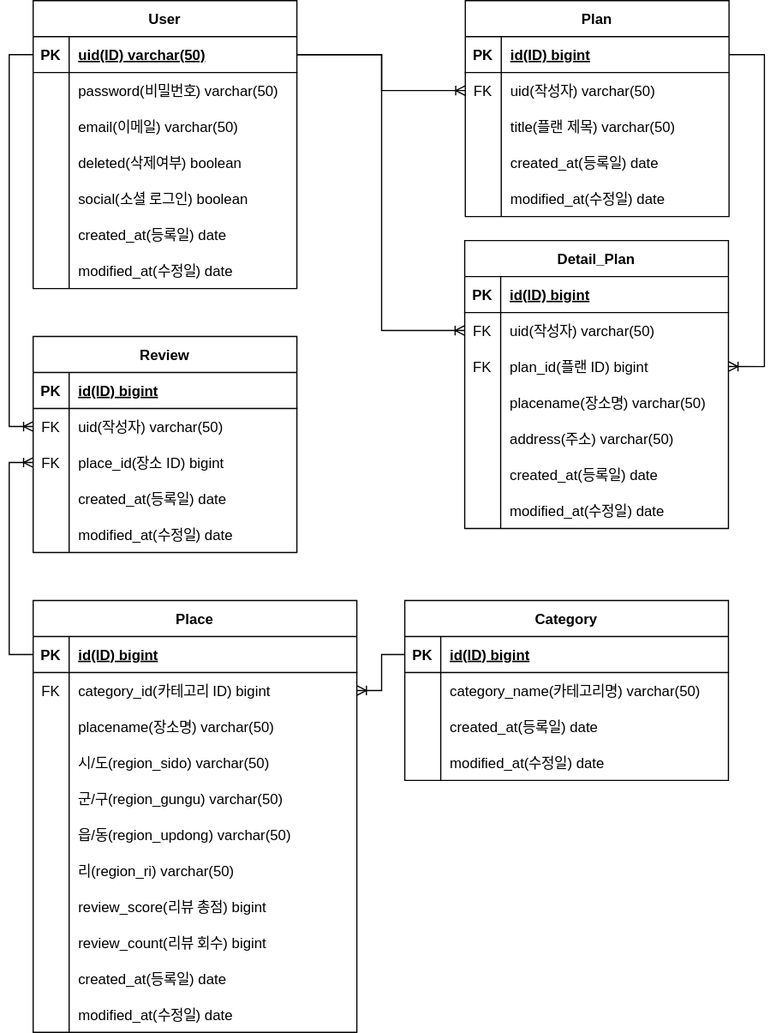
This is document/ERD.drawio.svg from mrcocoball/cocoball-store, a draw.io export, as it was before one commit. Source tidied: cells renumbered, new cells last; positions are measured from the earlier drawing's top-left corner, leaving out a move shared by most shapes.
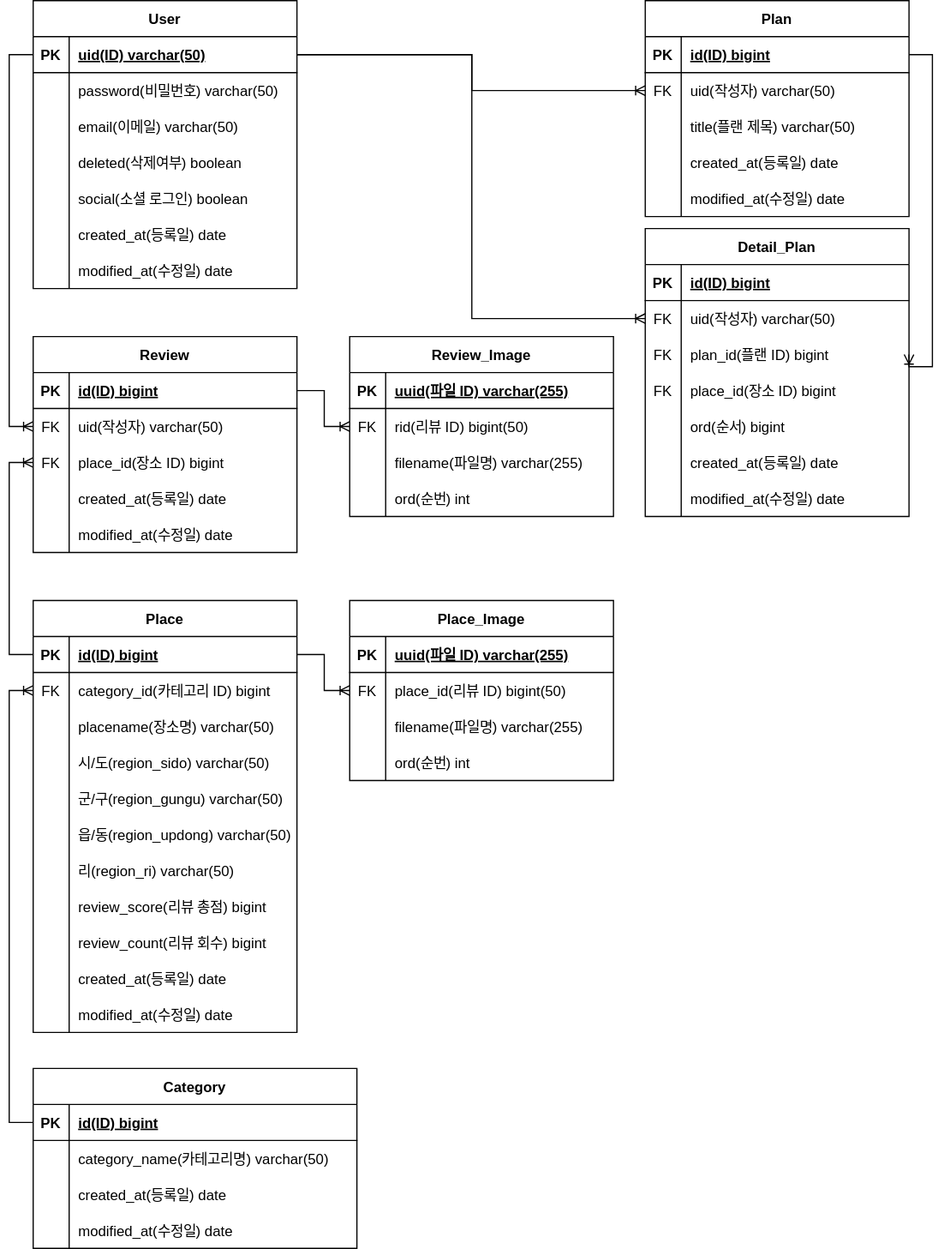
The same file after the commit.

The edit, as a diff of the source:
```diff
@@ -71,3 +71,3 @@
     <mxCell id="24" value="Plan" style="shape=table;startSize=30;rowLines=0;fontStyle=1;align=center;" parent="1" vertex="1">
-      <mxGeometry x="380.5" width="220" height="180" as="geometry" />
+      <mxGeometry x="530.5" width="220" height="180" as="geometry" />
     </mxCell>
@@ -119,3 +119,3 @@
     <mxCell id="40" value="Detail_Plan" style="shape=table;startSize=30;rowLines=0;fontStyle=1;align=center;" parent="1" vertex="1">
-      <mxGeometry x="380" y="200" width="220" height="240" as="geometry" />
+      <mxGeometry x="530.5" y="190" width="220" height="240" as="geometry" />
     </mxCell>
@@ -151,6 +151,6 @@
     </mxCell>
-    <mxCell id="51" style="shape=partialRectangle;fillColor=none;top=0;left=0;bottom=0;right=0;overflow=hidden;" parent="50" vertex="1">
+    <mxCell id="51" value="FK" style="shape=partialRectangle;fillColor=none;top=0;left=0;bottom=0;right=0;overflow=hidden;" parent="50" vertex="1">
       <mxGeometry width="30" height="30" as="geometry" />
     </mxCell>
-    <mxCell id="52" value="placename(장소명) varchar(50)" style="shape=partialRectangle;fillColor=none;top=0;left=0;bottom=0;right=0;align=left;spacingLeft=6;overflow=hidden;" parent="50" vertex="1">
+    <mxCell id="52" value="place_id(장소 ID) bigint" style="shape=partialRectangle;fillColor=none;top=0;left=0;bottom=0;right=0;align=left;spacingLeft=6;overflow=hidden;" parent="50" vertex="1">
       <mxGeometry x="30" width="190" height="30" as="geometry" />
@@ -160,8 +160,8 @@
     </mxCell>
-    <mxCell id="54" style="shape=partialRectangle;fillColor=none;top=0;left=0;bottom=0;right=0;overflow=hidden;" parent="53" vertex="1">
-      <mxGeometry width="30" height="30" as="geometry" />
-    </mxCell>
-    <mxCell id="55" value="address(주소) varchar(50)" style="shape=partialRectangle;fillColor=none;top=0;left=0;bottom=0;right=0;align=left;spacingLeft=6;overflow=hidden;" parent="53" vertex="1">
-      <mxGeometry x="30" width="190" height="30" as="geometry" />
-    </mxCell>
+    <mxCell id="131" style="shape=partialRectangle;fillColor=none;top=0;left=0;bottom=0;right=0;overflow=hidden;" parent="53" vertex="1">
+      <mxGeometry width="30" height="30" as="geometry" />
+    </mxCell>
+    <mxCell id="132" value="ord(순서) bigint" style="shape=partialRectangle;fillColor=none;top=0;left=0;bottom=0;right=0;align=left;spacingLeft=6;overflow=hidden;" parent="53" vertex="1">
+      <mxGeometry x="30" width="190" height="30" as="geometry" />
+    </mxCell>
     <mxCell id="56" style="shape=tableRow;horizontal=0;startSize=0;swimlaneHead=0;swimlaneBody=0;fillColor=none;top=0;left=0;right=0;bottom=0;" parent="40" vertex="1">
@@ -185,6 +185,6 @@
     <mxCell id="62" value="Place" style="shape=table;startSize=30;rowLines=0;fontStyle=1;align=center;" parent="1" vertex="1">
-      <mxGeometry x="20" y="500" width="270" height="360" as="geometry" />
+      <mxGeometry x="20" y="500" width="220" height="360" as="geometry" />
     </mxCell>
     <mxCell id="63" style="shape=tableRow;horizontal=0;startSize=0;swimlaneHead=0;swimlaneBody=0;fillColor=none;points=[[0,0.5],[1,0.5]];portConstraint=eastwest;top=0;left=0;right=0;bottom=1;" parent="62" vertex="1">
-      <mxGeometry y="30" width="270" height="30" as="geometry" />
+      <mxGeometry y="30" width="220" height="30" as="geometry" />
     </mxCell>
@@ -194,6 +194,6 @@
     <mxCell id="65" value="id(ID) bigint" style="shape=partialRectangle;fillColor=none;top=0;left=0;bottom=0;right=0;align=left;spacingLeft=6;fontStyle=5;overflow=hidden;" parent="63" vertex="1">
-      <mxGeometry x="30" width="240" height="30" as="geometry" />
+      <mxGeometry x="30" width="190" height="30" as="geometry" />
     </mxCell>
     <mxCell id="66" style="shape=tableRow;horizontal=0;startSize=0;swimlaneHead=0;swimlaneBody=0;fillColor=none;points=[[0,0.5],[1,0.5]];portConstraint=eastwest;top=0;left=0;right=0;bottom=0;" parent="62" vertex="1">
-      <mxGeometry y="60" width="270" height="30" as="geometry" />
+      <mxGeometry y="60" width="220" height="30" as="geometry" />
     </mxCell>
@@ -203,6 +203,6 @@
     <mxCell id="68" value="category_id(카테고리 ID) bigint" style="shape=partialRectangle;fillColor=none;top=0;left=0;bottom=0;right=0;align=left;spacingLeft=6;overflow=hidden;" parent="66" vertex="1">
-      <mxGeometry x="30" width="240" height="30" as="geometry" />
+      <mxGeometry x="30" width="190" height="30" as="geometry" />
     </mxCell>
     <mxCell id="69" style="shape=tableRow;horizontal=0;startSize=0;swimlaneHead=0;swimlaneBody=0;fillColor=none;top=0;left=0;right=0;bottom=0;" parent="62" vertex="1">
-      <mxGeometry y="90" width="270" height="30" as="geometry" />
+      <mxGeometry y="90" width="220" height="30" as="geometry" />
     </mxCell>
@@ -212,6 +212,6 @@
     <mxCell id="71" value="placename(장소명) varchar(50)" style="shape=partialRectangle;fillColor=none;top=0;left=0;bottom=0;right=0;align=left;spacingLeft=6;overflow=hidden;" parent="69" vertex="1">
-      <mxGeometry x="30" width="240" height="30" as="geometry" />
+      <mxGeometry x="30" width="190" height="30" as="geometry" />
     </mxCell>
     <mxCell id="72" style="shape=tableRow;horizontal=0;startSize=0;swimlaneHead=0;swimlaneBody=0;fillColor=none;top=0;left=0;right=0;bottom=0;" parent="62" vertex="1">
-      <mxGeometry y="120" width="270" height="30" as="geometry" />
+      <mxGeometry y="120" width="220" height="30" as="geometry" />
     </mxCell>
@@ -221,6 +221,6 @@
     <mxCell id="74" value="시/도(region_sido) varchar(50)" style="shape=partialRectangle;fillColor=none;top=0;left=0;bottom=0;right=0;align=left;spacingLeft=6;overflow=hidden;" parent="72" vertex="1">
-      <mxGeometry x="30" width="240" height="30" as="geometry" />
+      <mxGeometry x="30" width="190" height="30" as="geometry" />
     </mxCell>
     <mxCell id="75" style="shape=tableRow;horizontal=0;startSize=0;swimlaneHead=0;swimlaneBody=0;fillColor=none;top=0;left=0;right=0;bottom=0;" parent="62" vertex="1">
-      <mxGeometry y="150" width="270" height="30" as="geometry" />
+      <mxGeometry y="150" width="220" height="30" as="geometry" />
     </mxCell>
@@ -230,6 +230,6 @@
     <mxCell id="77" value="군/구(region_gungu) varchar(50)" style="shape=partialRectangle;fillColor=none;top=0;left=0;bottom=0;right=0;align=left;spacingLeft=6;overflow=hidden;" parent="75" vertex="1">
-      <mxGeometry x="30" width="240" height="30" as="geometry" />
+      <mxGeometry x="30" width="190" height="30" as="geometry" />
     </mxCell>
     <mxCell id="78" style="shape=tableRow;horizontal=0;startSize=0;swimlaneHead=0;swimlaneBody=0;fillColor=none;top=0;left=0;right=0;bottom=0;" parent="62" vertex="1">
-      <mxGeometry y="180" width="270" height="30" as="geometry" />
+      <mxGeometry y="180" width="220" height="30" as="geometry" />
     </mxCell>
@@ -239,6 +239,6 @@
     <mxCell id="80" value="읍/동(region_updong) varchar(50)" style="shape=partialRectangle;fillColor=none;top=0;left=0;bottom=0;right=0;align=left;spacingLeft=6;overflow=hidden;" parent="78" vertex="1">
-      <mxGeometry x="30" width="240" height="30" as="geometry" />
+      <mxGeometry x="30" width="190" height="30" as="geometry" />
     </mxCell>
     <mxCell id="81" style="shape=tableRow;horizontal=0;startSize=0;swimlaneHead=0;swimlaneBody=0;fillColor=none;top=0;left=0;right=0;bottom=0;" parent="62" vertex="1">
-      <mxGeometry y="210" width="270" height="30" as="geometry" />
+      <mxGeometry y="210" width="220" height="30" as="geometry" />
     </mxCell>
@@ -248,6 +248,6 @@
     <mxCell id="83" value="리(region_ri) varchar(50)" style="shape=partialRectangle;fillColor=none;top=0;left=0;bottom=0;right=0;align=left;spacingLeft=6;overflow=hidden;" parent="81" vertex="1">
-      <mxGeometry x="30" width="240" height="30" as="geometry" />
+      <mxGeometry x="30" width="190" height="30" as="geometry" />
     </mxCell>
     <mxCell id="84" style="shape=tableRow;horizontal=0;startSize=0;swimlaneHead=0;swimlaneBody=0;fillColor=none;top=0;left=0;right=0;bottom=0;" parent="62" vertex="1">
-      <mxGeometry y="240" width="270" height="30" as="geometry" />
+      <mxGeometry y="240" width="220" height="30" as="geometry" />
     </mxCell>
@@ -257,6 +257,6 @@
     <mxCell id="86" value="review_score(리뷰 총점) bigint" style="shape=partialRectangle;fillColor=none;top=0;left=0;bottom=0;right=0;align=left;spacingLeft=6;overflow=hidden;" parent="84" vertex="1">
-      <mxGeometry x="30" width="240" height="30" as="geometry" />
+      <mxGeometry x="30" width="190" height="30" as="geometry" />
     </mxCell>
     <mxCell id="87" style="shape=tableRow;horizontal=0;startSize=0;swimlaneHead=0;swimlaneBody=0;fillColor=none;top=0;left=0;right=0;bottom=0;" parent="62" vertex="1">
-      <mxGeometry y="270" width="270" height="30" as="geometry" />
+      <mxGeometry y="270" width="220" height="30" as="geometry" />
     </mxCell>
@@ -266,6 +266,6 @@
     <mxCell id="89" value="review_count(리뷰 회수) bigint" style="shape=partialRectangle;fillColor=none;top=0;left=0;bottom=0;right=0;align=left;spacingLeft=6;overflow=hidden;" parent="87" vertex="1">
-      <mxGeometry x="30" width="240" height="30" as="geometry" />
+      <mxGeometry x="30" width="190" height="30" as="geometry" />
     </mxCell>
     <mxCell id="90" style="shape=tableRow;horizontal=0;startSize=0;swimlaneHead=0;swimlaneBody=0;fillColor=none;top=0;left=0;right=0;bottom=0;" parent="62" vertex="1">
-      <mxGeometry y="300" width="270" height="30" as="geometry" />
+      <mxGeometry y="300" width="220" height="30" as="geometry" />
     </mxCell>
@@ -275,6 +275,6 @@
     <mxCell id="92" value="created_at(등록일) date" style="shape=partialRectangle;fillColor=none;top=0;left=0;bottom=0;right=0;align=left;spacingLeft=6;overflow=hidden;" parent="90" vertex="1">
-      <mxGeometry x="30" width="240" height="30" as="geometry" />
+      <mxGeometry x="30" width="190" height="30" as="geometry" />
     </mxCell>
     <mxCell id="93" style="shape=tableRow;horizontal=0;startSize=0;swimlaneHead=0;swimlaneBody=0;fillColor=none;top=0;left=0;right=0;bottom=0;" parent="62" vertex="1">
-      <mxGeometry y="330" width="270" height="30" as="geometry" />
+      <mxGeometry y="330" width="220" height="30" as="geometry" />
     </mxCell>
@@ -284,3 +284,3 @@
     <mxCell id="95" value="modified_at(수정일) date" style="shape=partialRectangle;fillColor=none;top=0;left=0;bottom=0;right=0;align=left;spacingLeft=6;overflow=hidden;" parent="93" vertex="1">
-      <mxGeometry x="30" width="240" height="30" as="geometry" />
+      <mxGeometry x="30" width="190" height="30" as="geometry" />
     </mxCell>
@@ -335,3 +335,3 @@
     <mxCell id="112" value="Category" style="shape=table;startSize=30;rowLines=0;fontStyle=1;align=center;" parent="1" vertex="1">
-      <mxGeometry x="330" y="500" width="270" height="150" as="geometry" />
+      <mxGeometry x="20" y="890" width="270" height="150" as="geometry" />
     </mxCell>
@@ -379,4 +379,4 @@
         <Array as="points">
-          <mxPoint x="630" y="45" />
-          <mxPoint x="630" y="305" />
+          <mxPoint x="770" y="45" />
+          <mxPoint x="770" y="305" />
         </Array>
@@ -401,5 +401,93 @@
     </mxCell>
-    <mxCell id="130" style="edgeStyle=elbowEdgeStyle;fontSize=12;html=1;endArrow=ERoneToMany;rounded=0;entryX=1;entryY=0.5;entryDx=0;entryDy=0;exitX=0;exitY=0.5;exitDx=0;exitDy=0;" parent="1" edge="1" source="113" target="66">
-      <mxGeometry relative="1" as="geometry" />
+    <mxCell id="130" style="edgeStyle=elbowEdgeStyle;fontSize=12;html=1;endArrow=ERoneToMany;rounded=0;entryX=0;entryY=0.5;entryDx=0;entryDy=0;exitX=0;exitY=0.5;exitDx=0;exitDy=0;" parent="1" edge="1" source="113" target="66">
+      <mxGeometry relative="1" as="geometry">
+        <Array as="points">
+          <mxPoint y="750" />
+        </Array>
+      </mxGeometry>
     </mxCell>
+    <mxCell id="133" value="Review_Image" style="shape=table;startSize=30;rowLines=0;fontStyle=1;align=center;" parent="1" vertex="1">
+      <mxGeometry x="284" y="280" width="220" height="150" as="geometry" />
+    </mxCell>
+    <mxCell id="134" style="shape=tableRow;horizontal=0;startSize=0;swimlaneHead=0;swimlaneBody=0;fillColor=none;top=0;left=0;right=0;bottom=1;" parent="133" vertex="1">
+      <mxGeometry y="30" width="220" height="30" as="geometry" />
+    </mxCell>
+    <mxCell id="135" value="PK" style="shape=partialRectangle;fillColor=none;top=0;left=0;bottom=0;right=0;fontStyle=1;overflow=hidden;" parent="134" vertex="1">
+      <mxGeometry width="30" height="30" as="geometry" />
+    </mxCell>
+    <mxCell id="136" value="uuid(파일 ID) varchar(255)" style="shape=partialRectangle;fillColor=none;top=0;left=0;bottom=0;right=0;align=left;spacingLeft=6;fontStyle=5;overflow=hidden;" parent="134" vertex="1">
+      <mxGeometry x="30" width="190" height="30" as="geometry" />
+    </mxCell>
+    <mxCell id="137" style="shape=tableRow;horizontal=0;startSize=0;swimlaneHead=0;swimlaneBody=0;fillColor=none;points=[[0,0.5],[1,0.5]];portConstraint=eastwest;top=0;left=0;right=0;bottom=0;" parent="133" vertex="1">
+      <mxGeometry y="60" width="220" height="30" as="geometry" />
+    </mxCell>
+    <mxCell id="138" value="FK" style="shape=partialRectangle;fillColor=none;top=0;left=0;bottom=0;right=0;overflow=hidden;" parent="137" vertex="1">
+      <mxGeometry width="30" height="30" as="geometry" />
+    </mxCell>
+    <mxCell id="139" value="rid(리뷰 ID) bigint(50)" style="shape=partialRectangle;fillColor=none;top=0;left=0;bottom=0;right=0;align=left;spacingLeft=6;overflow=hidden;" parent="137" vertex="1">
+      <mxGeometry x="30" width="190" height="30" as="geometry" />
+    </mxCell>
+    <mxCell id="140" style="shape=tableRow;horizontal=0;startSize=0;swimlaneHead=0;swimlaneBody=0;fillColor=none;top=0;left=0;right=0;bottom=0;" parent="133" vertex="1">
+      <mxGeometry y="90" width="220" height="30" as="geometry" />
+    </mxCell>
+    <mxCell id="141" style="shape=partialRectangle;fillColor=none;top=0;left=0;bottom=0;right=0;overflow=hidden;" parent="140" vertex="1">
+      <mxGeometry width="30" height="30" as="geometry" />
+    </mxCell>
+    <mxCell id="142" value="filename(파일명) varchar(255)" style="shape=partialRectangle;fillColor=none;top=0;left=0;bottom=0;right=0;align=left;spacingLeft=6;overflow=hidden;" parent="140" vertex="1">
+      <mxGeometry x="30" width="190" height="30" as="geometry" />
+    </mxCell>
+    <mxCell id="143" style="shape=tableRow;horizontal=0;startSize=0;swimlaneHead=0;swimlaneBody=0;fillColor=none;top=0;left=0;right=0;bottom=0;" parent="133" vertex="1">
+      <mxGeometry y="120" width="220" height="30" as="geometry" />
+    </mxCell>
+    <mxCell id="144" style="shape=partialRectangle;fillColor=none;top=0;left=0;bottom=0;right=0;overflow=hidden;" parent="143" vertex="1">
+      <mxGeometry width="30" height="30" as="geometry" />
+    </mxCell>
+    <mxCell id="145" value="ord(순번) int" style="shape=partialRectangle;fillColor=none;top=0;left=0;bottom=0;right=0;align=left;spacingLeft=6;overflow=hidden;" parent="143" vertex="1">
+      <mxGeometry x="30" width="190" height="30" as="geometry" />
+    </mxCell>
+    <mxCell id="146" style="edgeStyle=elbowEdgeStyle;fontSize=12;html=1;endArrow=ERoneToMany;rounded=0;entryX=0;entryY=0.5;entryDx=0;entryDy=0;exitX=1;exitY=0.5;exitDx=0;exitDy=0;" parent="1" edge="1" source="97" target="137">
+      <mxGeometry relative="1" as="geometry" />
+    </mxCell>
+    <mxCell id="147" value="Place_Image" style="shape=table;startSize=30;rowLines=0;fontStyle=1;align=center;" parent="1" vertex="1">
+      <mxGeometry x="284" y="500" width="220" height="150" as="geometry" />
+    </mxCell>
+    <mxCell id="148" style="shape=tableRow;horizontal=0;startSize=0;swimlaneHead=0;swimlaneBody=0;fillColor=none;top=0;left=0;right=0;bottom=1;" parent="147" vertex="1">
+      <mxGeometry y="30" width="220" height="30" as="geometry" />
+    </mxCell>
+    <mxCell id="149" value="PK" style="shape=partialRectangle;fillColor=none;top=0;left=0;bottom=0;right=0;fontStyle=1;overflow=hidden;" parent="148" vertex="1">
+      <mxGeometry width="30" height="30" as="geometry" />
+    </mxCell>
+    <mxCell id="150" value="uuid(파일 ID) varchar(255)" style="shape=partialRectangle;fillColor=none;top=0;left=0;bottom=0;right=0;align=left;spacingLeft=6;fontStyle=5;overflow=hidden;" parent="148" vertex="1">
+      <mxGeometry x="30" width="190" height="30" as="geometry" />
+    </mxCell>
+    <mxCell id="151" style="shape=tableRow;horizontal=0;startSize=0;swimlaneHead=0;swimlaneBody=0;fillColor=none;points=[[0,0.5],[1,0.5]];portConstraint=eastwest;top=0;left=0;right=0;bottom=0;" parent="147" vertex="1">
+      <mxGeometry y="60" width="220" height="30" as="geometry" />
+    </mxCell>
+    <mxCell id="152" value="FK" style="shape=partialRectangle;fillColor=none;top=0;left=0;bottom=0;right=0;overflow=hidden;" parent="151" vertex="1">
+      <mxGeometry width="30" height="30" as="geometry" />
+    </mxCell>
+    <mxCell id="153" value="place_id(리뷰 ID) bigint(50)" style="shape=partialRectangle;fillColor=none;top=0;left=0;bottom=0;right=0;align=left;spacingLeft=6;overflow=hidden;" parent="151" vertex="1">
+      <mxGeometry x="30" width="190" height="30" as="geometry" />
+    </mxCell>
+    <mxCell id="154" style="shape=tableRow;horizontal=0;startSize=0;swimlaneHead=0;swimlaneBody=0;fillColor=none;top=0;left=0;right=0;bottom=0;" parent="147" vertex="1">
+      <mxGeometry y="90" width="220" height="30" as="geometry" />
+    </mxCell>
+    <mxCell id="155" style="shape=partialRectangle;fillColor=none;top=0;left=0;bottom=0;right=0;overflow=hidden;" parent="154" vertex="1">
+      <mxGeometry width="30" height="30" as="geometry" />
+    </mxCell>
+    <mxCell id="156" value="filename(파일명) varchar(255)" style="shape=partialRectangle;fillColor=none;top=0;left=0;bottom=0;right=0;align=left;spacingLeft=6;overflow=hidden;" parent="154" vertex="1">
+      <mxGeometry x="30" width="190" height="30" as="geometry" />
+    </mxCell>
+    <mxCell id="157" style="shape=tableRow;horizontal=0;startSize=0;swimlaneHead=0;swimlaneBody=0;fillColor=none;top=0;left=0;right=0;bottom=0;" parent="147" vertex="1">
+      <mxGeometry y="120" width="220" height="30" as="geometry" />
+    </mxCell>
+    <mxCell id="158" style="shape=partialRectangle;fillColor=none;top=0;left=0;bottom=0;right=0;overflow=hidden;" parent="157" vertex="1">
+      <mxGeometry width="30" height="30" as="geometry" />
+    </mxCell>
+    <mxCell id="159" value="ord(순번) int" style="shape=partialRectangle;fillColor=none;top=0;left=0;bottom=0;right=0;align=left;spacingLeft=6;overflow=hidden;" parent="157" vertex="1">
+      <mxGeometry x="30" width="190" height="30" as="geometry" />
+    </mxCell>
+    <mxCell id="160" style="edgeStyle=elbowEdgeStyle;fontSize=12;html=1;endArrow=ERoneToMany;rounded=0;entryX=0;entryY=0.5;entryDx=0;entryDy=0;exitX=1;exitY=0.5;exitDx=0;exitDy=0;" parent="1" edge="1" source="63" target="151">
+      <mxGeometry relative="1" as="geometry" />
+    </mxCell>
   </root>
```
